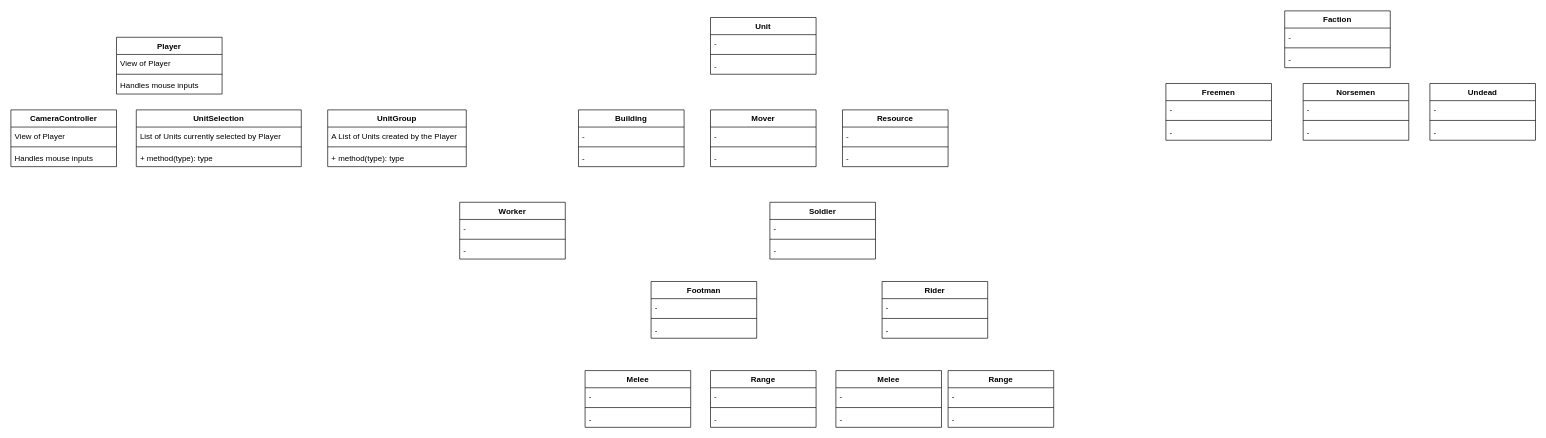
Before: Game/Assets/Scripts/Class_diagram_UML.drawio in stephanegc/realTimeStrategy, a draw.io diagram. Source tidied: cells renumbered, new cells numbered last; positions are measured from the earlier drawing's top-left corner, leaving out a move shared by most shapes. Both pictures are drawn from the tidied source at 66%, with x=0, y=0 at pixel (11, 11).
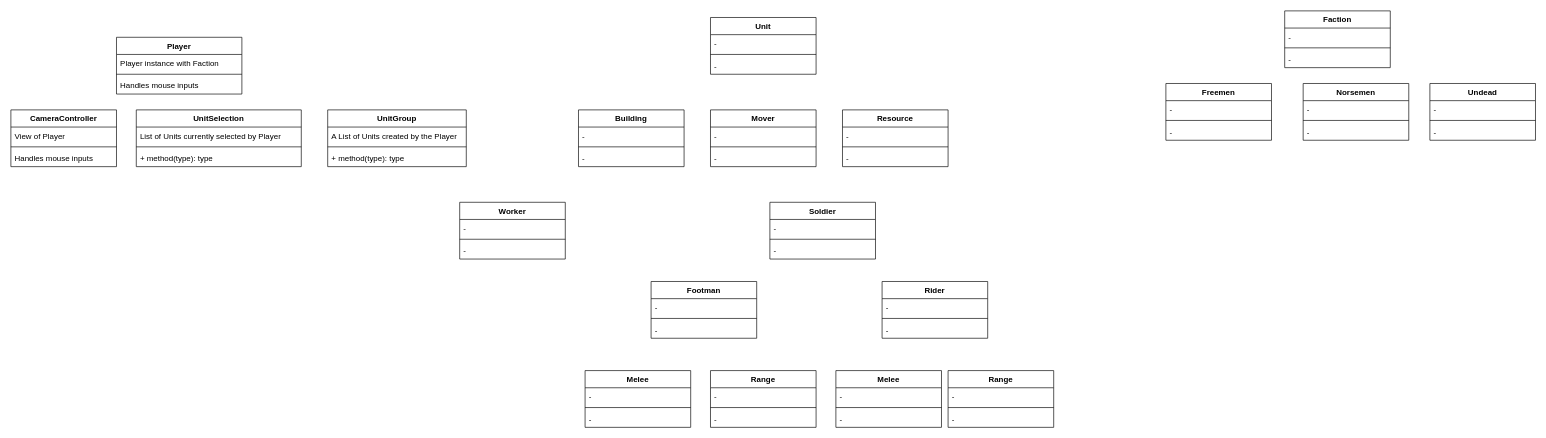
The same page after the edit.

Commit message:
Mettre à jour Class_diagram_UML.drawio

Diff of the diagram source:
```diff
@@
     <mxCell id="10" value="Player" style="swimlane;fontStyle=1;align=center;verticalAlign=top;horizontal=1;startSize=26;" parent="1" vertex="1">
-      <mxGeometry x="160" y="40" width="160" height="86" as="geometry" />
+      <mxGeometry x="160" y="40" width="190" height="86" as="geometry" />
     </mxCell>
-    <mxCell id="11" value="View of Player" style="text;strokeColor=none;fillColor=none;align=left;verticalAlign=top;spacingLeft=4;spacingRight=4;overflow=hidden;" parent="10" vertex="1">
-      <mxGeometry y="26" width="160" height="26" as="geometry" />
+    <mxCell id="11" value="Player instance with Faction" style="text;strokeColor=none;fillColor=none;align=left;verticalAlign=top;spacingLeft=4;spacingRight=4;overflow=hidden;" parent="10" vertex="1">
+      <mxGeometry y="26" width="190" height="26" as="geometry" />
     </mxCell>
     <mxCell id="12" style="line;strokeWidth=1;fillColor=none;align=left;verticalAlign=middle;spacingTop=-1;spacingLeft=3;spacingRight=3;labelPosition=right;strokeColor=inherit;" parent="10" vertex="1">
-      <mxGeometry y="52" width="160" height="8" as="geometry" />
+      <mxGeometry y="52" width="190" height="8" as="geometry" />
     </mxCell>
     <mxCell id="13" value="Handles mouse inputs" style="text;strokeColor=none;fillColor=none;align=left;verticalAlign=top;spacingLeft=4;spacingRight=4;overflow=hidden;" parent="10" vertex="1">
-      <mxGeometry y="60" width="160" height="26" as="geometry" />
+      <mxGeometry y="60" width="190" height="26" as="geometry" />
     </mxCell>
```
